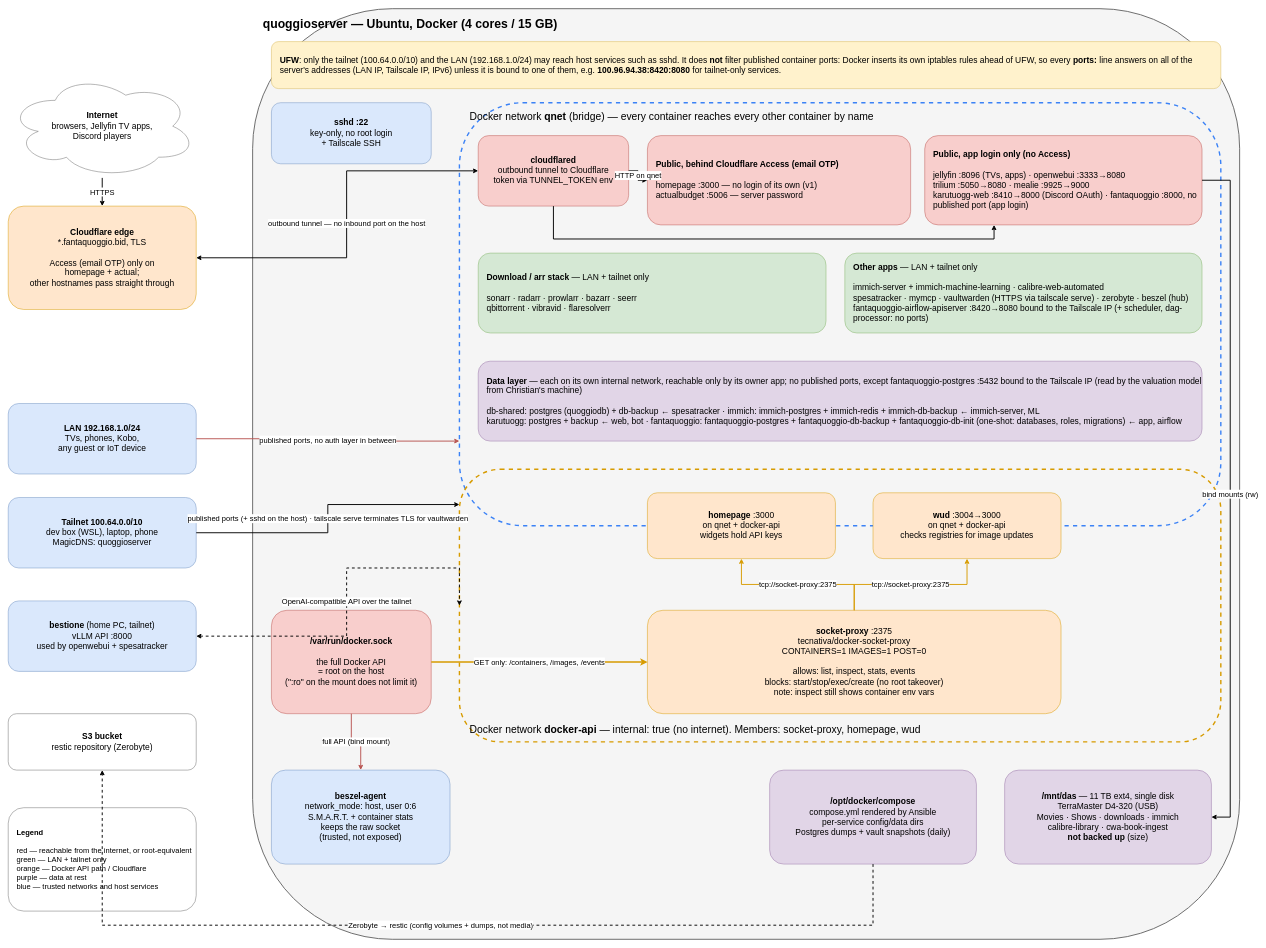
Earlier version of the draw.io diagram docs/architecture.drawio (chquaggio/homeserver). Source tidied: cells renumbered, new cells numbered last; positions are measured from the earlier drawing's top-left corner, leaving out a move shared by most shapes. Both pictures are drawn from the tidied source at 47%, with x=0, y=0 at pixel (8, 8).
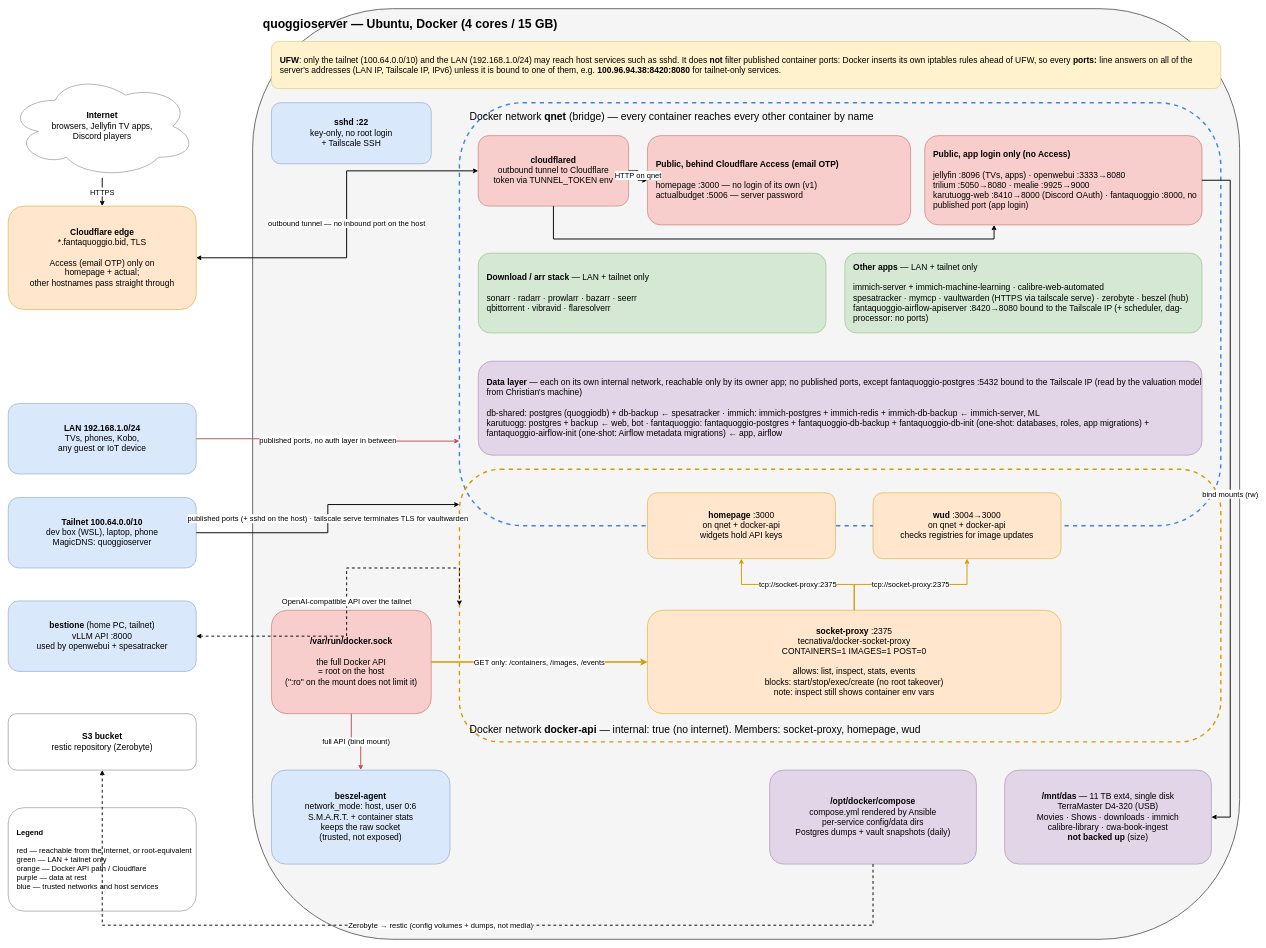
Above is the later version.

Commit message (it also covers changes not shown here):
fix(containers): align FantaQuoggio with the stack as built

Diff of the diagram source:
```diff
@@
-    <mxCell id="12" value="&lt;b&gt;Data layer&lt;/b&gt; — each on its own internal network, reachable only by its owner app; no published ports, except fantaquoggio-postgres :5432 bound to the Tailscale IP (read by the valuation model from Christian's machine)&lt;br&gt;&lt;br&gt;db-shared: postgres (quoggiodb) + db-backup ← spesatracker · immich: immich-postgres + immich-redis + immich-db-backup ← immich-server, ML&lt;br&gt;karutuogg: postgres + backup ← web, bot · fantaquoggio: fantaquoggio-postgres + fantaquoggio-db-backup + fantaquoggio-db-init (one-shot: databases, roles, migrations) ← app, airflow" style="rounded=1;whiteSpace=wrap;html=1;fillColor=#e1d5e7;strokeColor=#9673a6;fontSize=18;align=left;spacingLeft=16;" parent="1" vertex="1">
-      <mxGeometry x="1000" y="750" width="1540" height="170" as="geometry" />
+    <mxCell id="12" value="&lt;b&gt;Data layer&lt;/b&gt; — each on its own internal network, reachable only by its owner app; no published ports, except fantaquoggio-postgres :5432 bound to the Tailscale IP (read by the valuation model from Christian's machine)&lt;br&gt;&lt;br&gt;db-shared: postgres (quoggiodb) + db-backup ← spesatracker · immich: immich-postgres + immich-redis + immich-db-backup ← immich-server, ML&lt;br&gt;karutuogg: postgres + backup ← web, bot · fantaquoggio: fantaquoggio-postgres + fantaquoggio-db-backup + fantaquoggio-db-init (one-shot: databases, roles, app migrations) + fantaquoggio-airflow-init (one-shot: Airflow metadata migrations) ← app, airflow" style="rounded=1;whiteSpace=wrap;html=1;fillColor=#e1d5e7;strokeColor=#9673a6;fontSize=18;align=left;spacingLeft=16;" parent="1" vertex="1">
+      <mxGeometry x="1000" y="750" width="1540" height="200" as="geometry" />
     </mxCell>
```
